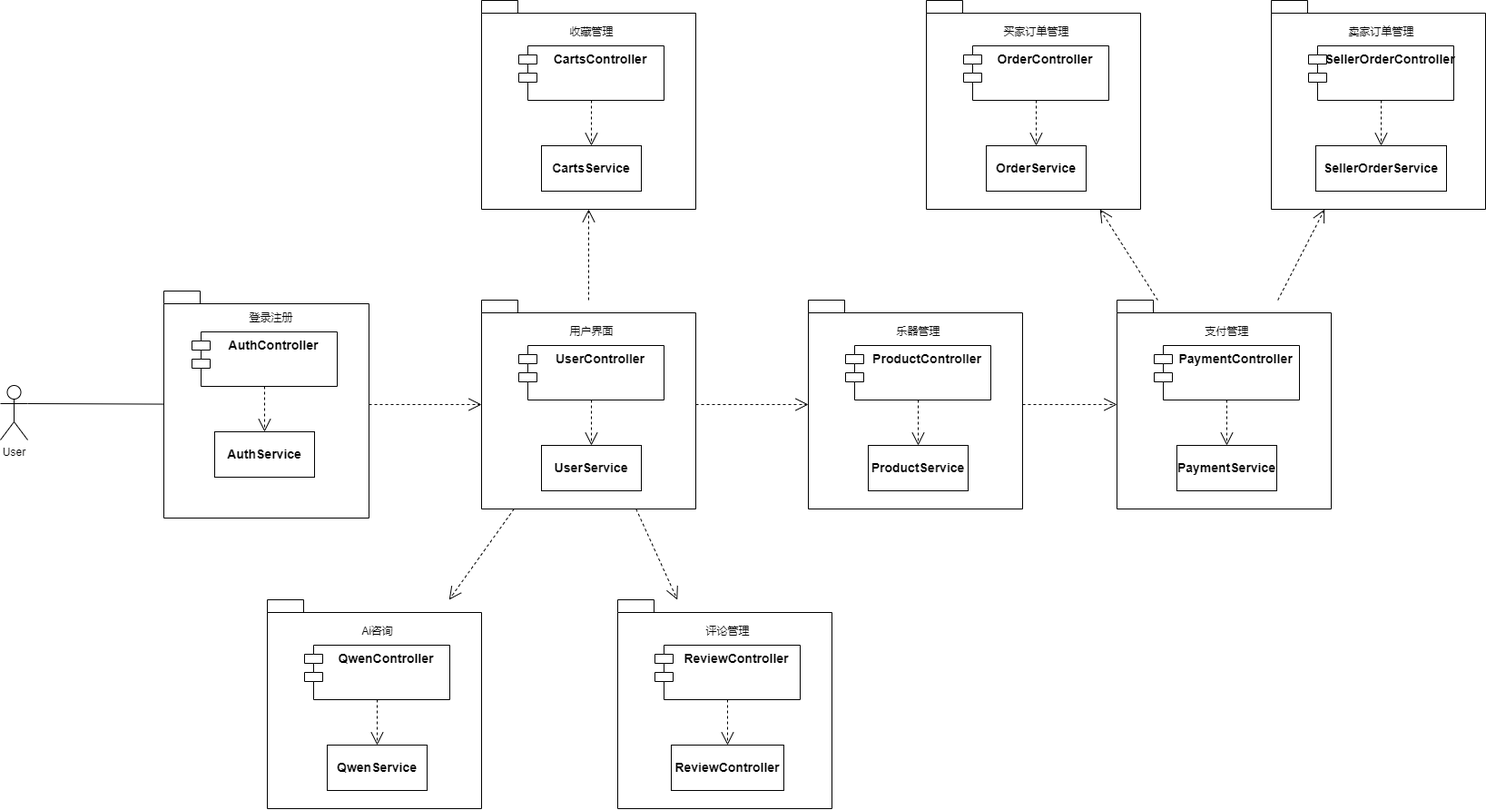
Before: 文档/概要设计规约文档/建模图/img/软件架构设计图.png, a diagram exported from draw.io (w1ntercube/TJ-SE-Design). Source tidied: cells renumbered, new cells last; positions are measured from the earlier drawing's top-left corner, leaving out a move shared by most shapes.
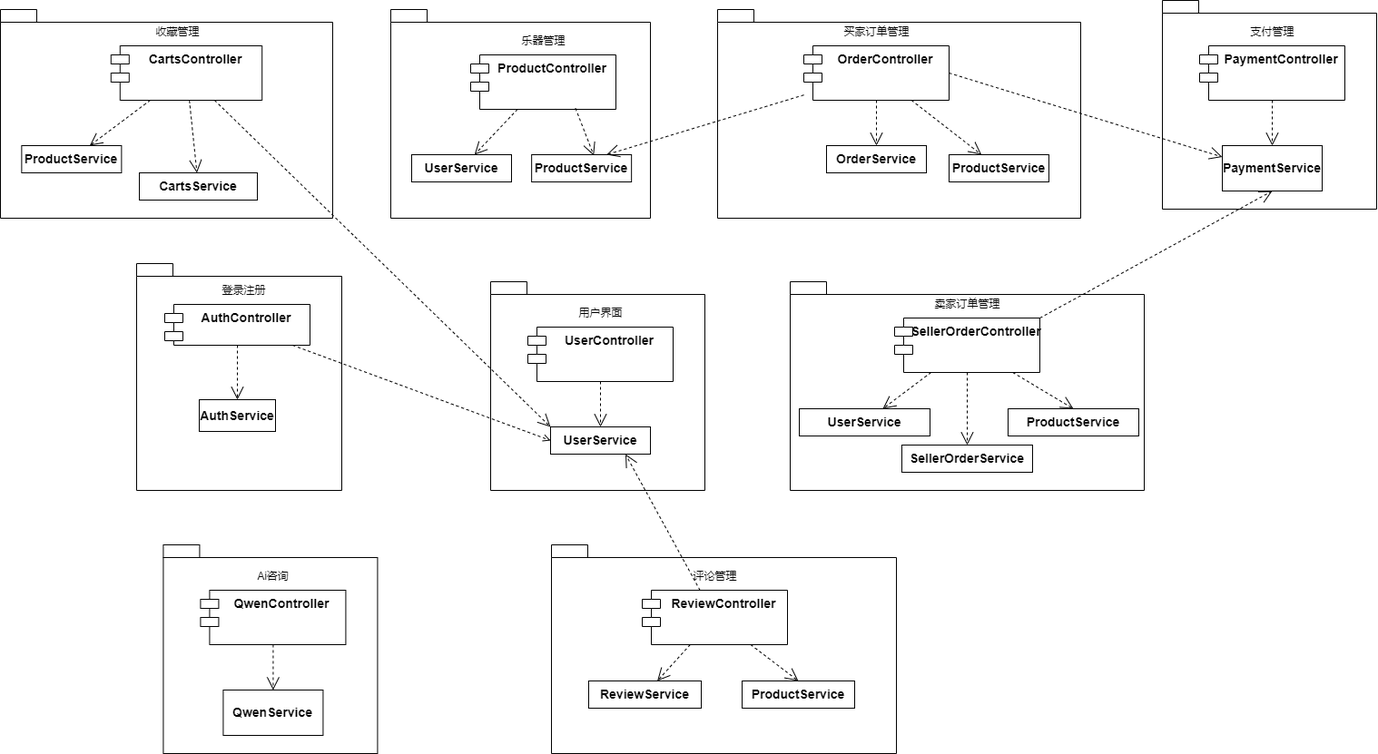
The same file after the commit.

The edit, as a diff of the source:
```diff
@@ -2,11 +2,8 @@
   <root>
     <mxCell id="0" />
     <mxCell id="1" parent="0" />
-    <mxCell id="2" value="User" style="shape=umlActor;verticalLabelPosition=bottom;verticalAlign=top;html=1;" parent="1" vertex="1">
-      <mxGeometry y="424" width="30" height="60" as="geometry" />
-    </mxCell>
     <mxCell id="3" style="group;" parent="1" vertex="1">
-      <mxGeometry x="530" y="330" width="236" height="230" as="geometry" />
+      <mxGeometry x="250" y="390" width="236" height="230" as="geometry" />
     </mxCell>
     <mxCell id="4" style="shape=folder;fontStyle=1;spacingTop=10;tabWidth=40;tabHeight=14;tabPosition=left;html=1;whiteSpace=wrap;" parent="3" vertex="1">
       <mxGeometry width="236" height="230" as="geometry" />
@@ -21,16 +18,16 @@
       <mxGeometry relative="1" as="geometry" />
     </mxCell>
     <mxCell id="8" value="&lt;font style=&quot;font-size: 14px;&quot;&gt;&lt;b&gt;UserService&lt;/b&gt;&lt;/font&gt;" style="html=1;whiteSpace=wrap;" parent="3" vertex="1">
-      <mxGeometry x="66" y="160" width="110" height="50" as="geometry" />
+      <mxGeometry x="66" y="160" width="110" height="30" as="geometry" />
     </mxCell>
     <mxCell id="9" style="group;" parent="1" vertex="1">
-      <mxGeometry x="180" y="320" width="226" height="250" as="geometry" />
+      <mxGeometry x="-140" y="370" width="226" height="250" as="geometry" />
     </mxCell>
     <mxCell id="10" style="shape=folder;fontStyle=1;spacingTop=10;tabWidth=40;tabHeight=14;tabPosition=left;html=1;whiteSpace=wrap;" parent="9" vertex="1">
       <mxGeometry width="226" height="250" as="geometry" />
     </mxCell>
     <mxCell id="11" value="&lt;font style=&quot;font-size: 14px;&quot;&gt;&lt;b&gt;AuthController&lt;/b&gt;&lt;/font&gt;" style="shape=module;align=left;spacingLeft=20;align=center;verticalAlign=top;whiteSpace=wrap;html=1;" parent="9" vertex="1">
-      <mxGeometry x="31" y="45" width="160" height="60" as="geometry" />
+      <mxGeometry x="31" y="45" width="160" height="45" as="geometry" />
     </mxCell>
     <mxCell id="12" value="登录注册" style="text;html=1;align=center;verticalAlign=middle;strokeColor=none;fillColor=none;" parent="9" vertex="1">
       <mxGeometry x="83" y="15" width="70" height="30" as="geometry" />
@@ -39,46 +36,58 @@
       <mxGeometry relative="1" as="geometry" />
     </mxCell>
     <mxCell id="14" value="&lt;font style=&quot;font-size: 14px;&quot;&gt;&lt;b&gt;AuthService&lt;/b&gt;&lt;/font&gt;" style="html=1;whiteSpace=wrap;" parent="9" vertex="1">
-      <mxGeometry x="56" y="155" width="110" height="50" as="geometry" />
+      <mxGeometry x="69" y="150" width="84" height="35" as="geometry" />
     </mxCell>
     <mxCell id="15" style="group;" parent="1" vertex="1">
-      <mxGeometry x="530" width="236" height="230" as="geometry" />
+      <mxGeometry x="-290" y="90" width="366" height="230" as="geometry" />
     </mxCell>
     <mxCell id="16" style="shape=folder;fontStyle=1;spacingTop=10;tabWidth=40;tabHeight=14;tabPosition=left;html=1;whiteSpace=wrap;" parent="15" vertex="1">
-      <mxGeometry width="236" height="230" as="geometry" />
+      <mxGeometry width="366" height="230" as="geometry" />
     </mxCell>
+    <mxCell id="66" style="rounded=0;jettySize=auto;html=1;dashed=1;endSize=12;endArrow=open;endFill=0;" parent="15" edge="1" source="17" target="67">
+      <mxGeometry relative="1" as="geometry" />
+    </mxCell>
     <mxCell id="17" value="&lt;font style=&quot;font-size: 14px;&quot;&gt;&lt;b&gt;CartsController&lt;/b&gt;&lt;/font&gt;" style="shape=module;align=left;spacingLeft=20;align=center;verticalAlign=top;whiteSpace=wrap;html=1;" parent="15" vertex="1">
-      <mxGeometry x="41" y="50" width="160" height="60" as="geometry" />
+      <mxGeometry x="121.8" y="40" width="166.4" height="60" as="geometry" />
     </mxCell>
     <mxCell id="18" value="收藏管理" style="text;html=1;align=center;verticalAlign=middle;strokeColor=none;fillColor=none;" parent="15" vertex="1">
-      <mxGeometry x="86" y="20" width="70" height="30" as="geometry" />
+      <mxGeometry x="160" y="10" width="70" height="30" as="geometry" />
     </mxCell>
     <mxCell id="19" style="endArrow=open;endSize=12;dashed=1;html=1;rounded=0;" parent="15" edge="1" source="17" target="20">
       <mxGeometry relative="1" as="geometry" />
     </mxCell>
     <mxCell id="20" value="&lt;font style=&quot;font-size: 14px;&quot;&gt;&lt;b&gt;CartsService&lt;/b&gt;&lt;/font&gt;" style="html=1;whiteSpace=wrap;" parent="15" vertex="1">
-      <mxGeometry x="66" y="160" width="110" height="50" as="geometry" />
+      <mxGeometry x="153" y="180" width="130" height="30" as="geometry" />
     </mxCell>
+    <mxCell id="67" value="&lt;font style=&quot;font-size: 14px;&quot;&gt;&lt;b&gt;ProductService&lt;/b&gt;&lt;/font&gt;" style="html=1;whiteSpace=wrap;" parent="15" vertex="1">
+      <mxGeometry x="23.4" y="150" width="110" height="30" as="geometry" />
+    </mxCell>
     <mxCell id="21" style="group;" parent="1" vertex="1">
-      <mxGeometry x="1020" width="236" height="230" as="geometry" />
+      <mxGeometry x="500" y="90" width="400" height="230" as="geometry" />
     </mxCell>
     <mxCell id="22" style="shape=folder;fontStyle=1;spacingTop=10;tabWidth=40;tabHeight=14;tabPosition=left;html=1;whiteSpace=wrap;" parent="21" vertex="1">
-      <mxGeometry width="236" height="230" as="geometry" />
+      <mxGeometry width="400" height="230" as="geometry" />
     </mxCell>
+    <mxCell id="68" style="rounded=0;jettySize=auto;html=1;dashed=1;endArrow=open;endFill=0;endSize=12;" parent="21" edge="1" source="23" target="69">
+      <mxGeometry relative="1" as="geometry" />
+    </mxCell>
     <mxCell id="23" value="&lt;font style=&quot;font-size: 14px;&quot;&gt;&lt;b&gt;OrderController&lt;/b&gt;&lt;/font&gt;" style="shape=module;align=left;spacingLeft=20;align=center;verticalAlign=top;whiteSpace=wrap;html=1;" parent="21" vertex="1">
-      <mxGeometry x="41" y="50" width="160" height="60" as="geometry" />
+      <mxGeometry x="95" y="40" width="160" height="60" as="geometry" />
     </mxCell>
     <mxCell id="24" value="买家订单管理" style="text;html=1;align=center;verticalAlign=middle;strokeColor=none;fillColor=none;" parent="21" vertex="1">
-      <mxGeometry x="71" y="20" width="100" height="30" as="geometry" />
+      <mxGeometry x="125" y="10" width="100" height="30" as="geometry" />
     </mxCell>
     <mxCell id="25" style="endArrow=open;endSize=12;dashed=1;html=1;rounded=0;" parent="21" edge="1" source="23" target="26">
       <mxGeometry relative="1" as="geometry" />
     </mxCell>
-    <mxCell id="26" value="&lt;font style=&quot;font-size: 14px;&quot;&gt;&lt;b&gt;OrderService&lt;/b&gt;&lt;/font&gt;" style="html=1;whiteSpace=wrap;" parent="21" vertex="1">
-      <mxGeometry x="66" y="160" width="110" height="50" as="geometry" />
+    <mxCell id="26" value="&lt;font style=&quot;font-size: 14px;&quot;&gt;&lt;b&gt;ProductService&lt;/b&gt;&lt;/font&gt;" style="html=1;whiteSpace=wrap;" parent="21" vertex="1">
+      <mxGeometry x="255" y="160" width="110" height="30" as="geometry" />
     </mxCell>
+    <mxCell id="69" value="&lt;font style=&quot;font-size: 14px;&quot;&gt;&lt;b&gt;OrderService&lt;/b&gt;&lt;/font&gt;" style="html=1;whiteSpace=wrap;" parent="21" vertex="1">
+      <mxGeometry x="120" y="150" width="110" height="30" as="geometry" />
+    </mxCell>
     <mxCell id="27" style="group;" parent="1" vertex="1">
-      <mxGeometry x="1230" y="330" width="236" height="230" as="geometry" />
+      <mxGeometry x="990" y="80" width="236" height="230" as="geometry" />
     </mxCell>
     <mxCell id="28" style="shape=folder;fontStyle=1;spacingTop=10;tabWidth=40;tabHeight=14;tabPosition=left;html=1;whiteSpace=wrap;" parent="27" vertex="1">
       <mxGeometry width="236" height="230" as="geometry" />
@@ -96,25 +105,31 @@
       <mxGeometry x="66" y="160" width="110" height="50" as="geometry" />
     </mxCell>
     <mxCell id="33" style="group;" parent="1" vertex="1">
-      <mxGeometry x="890" y="330" width="236" height="230" as="geometry" />
+      <mxGeometry x="190" y="90" width="236" height="230" as="geometry" />
     </mxCell>
     <mxCell id="34" style="shape=folder;fontStyle=1;spacingTop=10;tabWidth=40;tabHeight=14;tabPosition=left;html=1;whiteSpace=wrap;" parent="33" vertex="1">
-      <mxGeometry width="236" height="230" as="geometry" />
+      <mxGeometry x="-50" width="286" height="230" as="geometry" />
     </mxCell>
+    <mxCell id="36" value="乐器管理" style="text;html=1;align=center;verticalAlign=middle;strokeColor=none;fillColor=none;" parent="33" vertex="1">
+      <mxGeometry x="83" y="20" width="70" height="30" as="geometry" />
+    </mxCell>
+    <mxCell id="70" style="rounded=0;jettySize=auto;html=1;dashed=1;endSize=12;endArrow=open;endFill=0;" parent="33" edge="1" source="35" target="71">
+      <mxGeometry relative="1" as="geometry" />
+    </mxCell>
     <mxCell id="35" value="&lt;font style=&quot;font-size: 14px;&quot;&gt;&lt;b&gt;ProductController&lt;/b&gt;&lt;/font&gt;" style="shape=module;align=left;spacingLeft=20;align=center;verticalAlign=top;whiteSpace=wrap;html=1;" parent="33" vertex="1">
-      <mxGeometry x="41" y="50" width="160" height="60" as="geometry" />
+      <mxGeometry x="38" y="50" width="160" height="60" as="geometry" />
     </mxCell>
-    <mxCell id="36" value="乐器管理" style="text;html=1;align=center;verticalAlign=middle;strokeColor=none;fillColor=none;" parent="33" vertex="1">
-      <mxGeometry x="86" y="20" width="70" height="30" as="geometry" />
-    </mxCell>
+    <mxCell id="38" value="&lt;font style=&quot;font-size: 14px;&quot;&gt;&lt;b&gt;ProductService&lt;/b&gt;&lt;/font&gt;" style="html=1;whiteSpace=wrap;" parent="33" vertex="1">
+      <mxGeometry x="105.2" y="160" width="110" height="30" as="geometry" />
+    </mxCell>
-    <mxCell id="37" style="endArrow=open;endSize=12;dashed=1;html=1;rounded=0;" parent="33" edge="1" source="35" target="38">
+    <mxCell id="37" style="endArrow=open;endSize=12;dashed=1;html=1;rounded=0;entryX=0.623;entryY=0.033;entryDx=0;entryDy=0;exitX=0.722;exitY=0.981;exitDx=0;exitDy=0;exitPerimeter=0;entryPerimeter=0;" parent="33" edge="1" source="35" target="38">
       <mxGeometry relative="1" as="geometry" />
     </mxCell>
-    <mxCell id="38" value="&lt;font style=&quot;font-size: 14px;&quot;&gt;&lt;b&gt;ProductService&lt;/b&gt;&lt;/font&gt;" style="html=1;whiteSpace=wrap;" parent="33" vertex="1">
-      <mxGeometry x="66" y="160" width="110" height="50" as="geometry" />
-    </mxCell>
+    <mxCell id="71" value="&lt;font style=&quot;font-size: 14px;&quot;&gt;&lt;b&gt;UserService&lt;/b&gt;&lt;/font&gt;" style="html=1;whiteSpace=wrap;" parent="33" vertex="1">
+      <mxGeometry x="-27" y="160" width="110" height="30" as="geometry" />
+    </mxCell>
     <mxCell id="39" style="group;" parent="1" vertex="1">
-      <mxGeometry x="294" y="660" width="236" height="230" as="geometry" />
+      <mxGeometry x="-110.6" y="680" width="236" height="230" as="geometry" />
     </mxCell>
     <mxCell id="40" style="shape=folder;fontStyle=1;spacingTop=10;tabWidth=40;tabHeight=14;tabPosition=left;html=1;whiteSpace=wrap;" parent="39" vertex="1">
       <mxGeometry width="236" height="230" as="geometry" />
@@ -132,67 +147,76 @@
       <mxGeometry x="66" y="160" width="110" height="50" as="geometry" />
     </mxCell>
     <mxCell id="45" style="group;" parent="1" vertex="1">
-      <mxGeometry x="1400" width="236" height="230" as="geometry" />
+      <mxGeometry x="580" y="390" width="390" height="230" as="geometry" />
     </mxCell>
     <mxCell id="46" style="shape=folder;fontStyle=1;spacingTop=10;tabWidth=40;tabHeight=14;tabPosition=left;html=1;whiteSpace=wrap;" parent="45" vertex="1">
-      <mxGeometry width="236" height="230" as="geometry" />
+      <mxGeometry width="390" height="230" as="geometry" />
     </mxCell>
+    <mxCell id="72" style="rounded=0;jettySize=auto;html=1;endSize=12;endArrow=open;endFill=0;dashed=1;" parent="45" edge="1" source="47" target="74">
+      <mxGeometry relative="1" as="geometry" />
+    </mxCell>
+    <mxCell id="73" style="rounded=0;jettySize=auto;html=1;entryX=0.5;entryY=0;entryDx=0;entryDy=0;endSize=12;endArrow=open;endFill=0;dashed=1;" parent="45" edge="1" source="47" target="75">
+      <mxGeometry relative="1" as="geometry" />
+    </mxCell>
     <mxCell id="47" value="&lt;font style=&quot;font-size: 14px;&quot;&gt;&lt;b&gt;SellerOrderController&lt;/b&gt;&lt;/font&gt;" style="shape=module;align=left;spacingLeft=20;align=center;verticalAlign=top;whiteSpace=wrap;html=1;" parent="45" vertex="1">
-      <mxGeometry x="41" y="50" width="160" height="60" as="geometry" />
+      <mxGeometry x="115" y="40" width="160" height="60" as="geometry" />
     </mxCell>
     <mxCell id="48" value="卖家订单管理" style="text;html=1;align=center;verticalAlign=middle;strokeColor=none;fillColor=none;" parent="45" vertex="1">
-      <mxGeometry x="71" y="20" width="100" height="30" as="geometry" />
+      <mxGeometry x="145" y="10" width="100" height="30" as="geometry" />
     </mxCell>
     <mxCell id="49" style="endArrow=open;endSize=12;dashed=1;html=1;rounded=0;" parent="45" edge="1" source="47" target="50">
       <mxGeometry relative="1" as="geometry" />
     </mxCell>
     <mxCell id="50" value="&lt;font style=&quot;font-size: 14px;&quot;&gt;&lt;b&gt;SellerOrderService&lt;/b&gt;&lt;/font&gt;" style="html=1;whiteSpace=wrap;" parent="45" vertex="1">
-      <mxGeometry x="49" y="160" width="144" height="50" as="geometry" />
+      <mxGeometry x="123" y="180" width="144" height="30" as="geometry" />
     </mxCell>
+    <mxCell id="74" value="&lt;span style=&quot;font-size: 14px;&quot;&gt;&lt;b&gt;UserService&lt;/b&gt;&lt;/span&gt;" style="html=1;whiteSpace=wrap;" parent="45" vertex="1">
+      <mxGeometry x="10" y="140" width="144" height="30" as="geometry" />
+    </mxCell>
+    <mxCell id="75" value="&lt;span style=&quot;font-size: 14px;&quot;&gt;&lt;b&gt;ProductService&lt;/b&gt;&lt;/span&gt;" style="html=1;whiteSpace=wrap;" parent="45" vertex="1">
+      <mxGeometry x="240" y="140" width="144" height="30" as="geometry" />
+    </mxCell>
     <mxCell id="51" style="group;" parent="1" vertex="1">
-      <mxGeometry x="680" y="660" width="236" height="230" as="geometry" />
+      <mxGeometry x="317" y="680" width="380" height="230" as="geometry" />
     </mxCell>
     <mxCell id="52" style="shape=folder;fontStyle=1;spacingTop=10;tabWidth=40;tabHeight=14;tabPosition=left;html=1;whiteSpace=wrap;" parent="51" vertex="1">
-      <mxGeometry width="236" height="230" as="geometry" />
+      <mxGeometry width="380" height="230" as="geometry" />
     </mxCell>
+    <mxCell id="76" style="rounded=0;jettySize=auto;html=1;entryX=0.5;entryY=0;entryDx=0;entryDy=0;endSize=12;endArrow=open;endFill=0;dashed=1;" parent="51" edge="1" source="53" target="77">
+      <mxGeometry relative="1" as="geometry" />
+    </mxCell>
     <mxCell id="53" value="&lt;font style=&quot;font-size: 14px;&quot;&gt;&lt;b&gt;ReviewController&lt;/b&gt;&lt;/font&gt;" style="shape=module;align=left;spacingLeft=20;align=center;verticalAlign=top;whiteSpace=wrap;html=1;" parent="51" vertex="1">
-      <mxGeometry x="41" y="50" width="160" height="60" as="geometry" />
+      <mxGeometry x="100" y="50" width="160" height="60" as="geometry" />
     </mxCell>
     <mxCell id="54" value="评论管理" style="text;html=1;align=center;verticalAlign=middle;strokeColor=none;fillColor=none;" parent="51" vertex="1">
-      <mxGeometry x="86" y="20" width="70" height="30" as="geometry" />
+      <mxGeometry x="145" y="20" width="70" height="30" as="geometry" />
     </mxCell>
     <mxCell id="55" style="endArrow=open;endSize=12;dashed=1;html=1;rounded=0;" parent="51" edge="1" source="53" target="56">
       <mxGeometry relative="1" as="geometry" />
     </mxCell>
-    <mxCell id="56" value="&lt;font style=&quot;font-size: 14px;&quot;&gt;&lt;b&gt;ReviewController&lt;/b&gt;&lt;/font&gt;" style="html=1;whiteSpace=wrap;" parent="51" vertex="1">
-      <mxGeometry x="59" y="160" width="124" height="50" as="geometry" />
+    <mxCell id="56" value="&lt;font style=&quot;font-size: 14px;&quot;&gt;&lt;b&gt;ReviewService&lt;/b&gt;&lt;/font&gt;" style="html=1;whiteSpace=wrap;" parent="51" vertex="1">
+      <mxGeometry x="41" y="150" width="124" height="30" as="geometry" />
     </mxCell>
-    <mxCell id="57" style="endArrow=none;html=1;rounded=0;entryX=1;entryY=0.3333333333333333;entryDx=0;entryDy=0;entryPerimeter=0;" parent="1" edge="1" source="10" target="2">
-      <mxGeometry relative="1" as="geometry" />
-    </mxCell>
-    <mxCell id="58" style="endArrow=open;endSize=12;dashed=1;html=1;rounded=0;" parent="1" edge="1" source="10" target="4">
-      <mxGeometry relative="1" as="geometry" />
-    </mxCell>
-    <mxCell id="59" style="endArrow=open;endSize=12;dashed=1;html=1;rounded=0;" parent="1" edge="1" source="4" target="40">
-      <mxGeometry relative="1" as="geometry" />
-    </mxCell>
-    <mxCell id="60" style="endArrow=open;endSize=12;dashed=1;html=1;rounded=0;" parent="1" edge="1" source="4" target="52">
-      <mxGeometry relative="1" as="geometry" />
-    </mxCell>
-    <mxCell id="61" style="endArrow=open;endSize=12;dashed=1;html=1;rounded=0;" parent="1" edge="1" source="4" target="16">
-      <mxGeometry relative="1" as="geometry" />
-    </mxCell>
-    <mxCell id="62" style="endArrow=open;endSize=12;dashed=1;html=1;rounded=0;" parent="1" edge="1" source="34" target="28">
-      <mxGeometry relative="1" as="geometry" />
-    </mxCell>
-    <mxCell id="63" style="endArrow=open;endSize=12;dashed=1;html=1;rounded=0;" parent="1" edge="1" source="4" target="34">
-      <mxGeometry relative="1" as="geometry" />
-    </mxCell>
-    <mxCell id="64" style="endArrow=open;endSize=12;dashed=1;html=1;rounded=0;" parent="1" edge="1" source="28" target="22">
-      <mxGeometry relative="1" as="geometry" />
-    </mxCell>
-    <mxCell id="65" style="endArrow=open;endSize=12;dashed=1;html=1;rounded=0;" parent="1" edge="1" source="28" target="46">
-      <mxGeometry relative="1" as="geometry" />
-    </mxCell>
+    <mxCell id="77" value="&lt;span style=&quot;font-size: 14px;&quot;&gt;&lt;b&gt;ProductService&lt;/b&gt;&lt;/span&gt;" style="html=1;whiteSpace=wrap;" parent="51" vertex="1">
+      <mxGeometry x="210" y="150" width="124" height="30" as="geometry" />
+    </mxCell>
+    <mxCell id="78" style="rounded=0;jettySize=auto;html=1;entryX=0.5;entryY=1;entryDx=0;entryDy=0;endSize=12;dashed=1;endArrow=open;endFill=0;exitX=1;exitY=0;exitDx=0;exitDy=0;" parent="1" edge="1" source="47" target="32">
+      <mxGeometry relative="1" as="geometry" />
+    </mxCell>
+    <mxCell id="79" style="rounded=0;jettySize=auto;html=1;entryX=0;entryY=0.25;entryDx=0;entryDy=0;exitX=1;exitY=0.5;exitDx=0;exitDy=0;endSize=12;dashed=1;endArrow=open;endFill=0;" parent="1" edge="1" source="23" target="32">
+      <mxGeometry relative="1" as="geometry" />
+    </mxCell>
+    <mxCell id="80" style="rounded=0;jettySize=auto;html=1;entryX=0;entryY=0;entryDx=0;entryDy=0;endSize=12;dashed=1;endArrow=open;endFill=0;" parent="1" edge="1" source="17" target="8">
+      <mxGeometry relative="1" as="geometry" />
+    </mxCell>
+    <mxCell id="81" style="rounded=0;jettySize=auto;html=1;entryX=0.75;entryY=0;entryDx=0;entryDy=0;endSize=12;dashed=1;endArrow=open;endFill=0;" parent="1" edge="1" source="23" target="38">
+      <mxGeometry relative="1" as="geometry" />
+    </mxCell>
+    <mxCell id="82" style="rounded=0;jettySize=auto;html=1;entryX=0;entryY=0.5;entryDx=0;entryDy=0;dashed=1;endArrow=open;endFill=0;" parent="1" edge="1" source="11" target="8">
+      <mxGeometry relative="1" as="geometry" />
+    </mxCell>
+    <mxCell id="83" style="rounded=0;jettySize=auto;html=1;entryX=0.75;entryY=1;entryDx=0;entryDy=0;endSize=12;dashed=1;endArrow=open;endFill=0;" parent="1" edge="1" source="53" target="8">
+      <mxGeometry relative="1" as="geometry" />
+    </mxCell>
   </root>
 </mxGraphModel>
```
